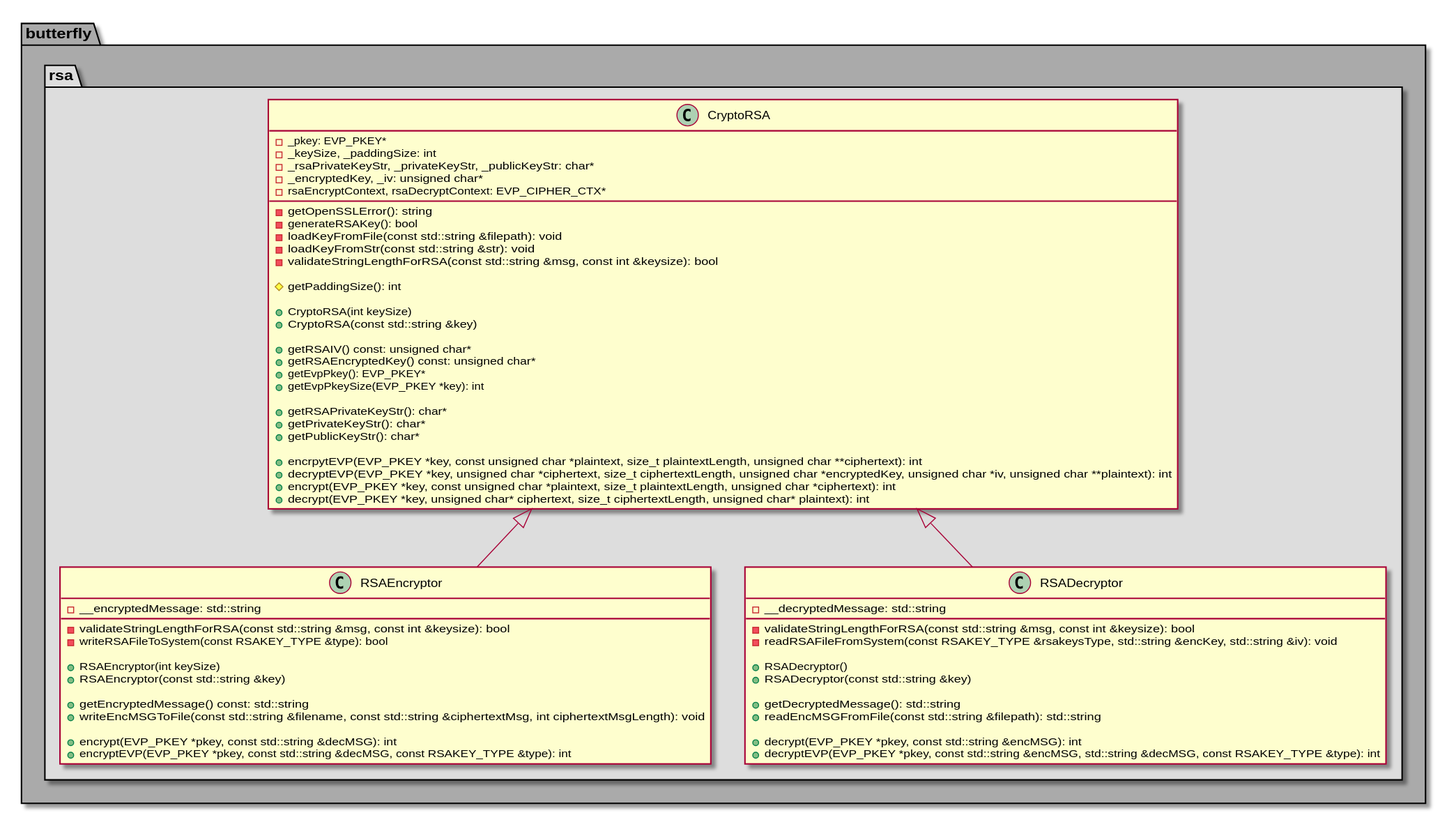
bierschi/butterfly keeps this PlantUML diagram as architecture/class_diagrams/crypto/rsa.svg. Above is the earlier version.
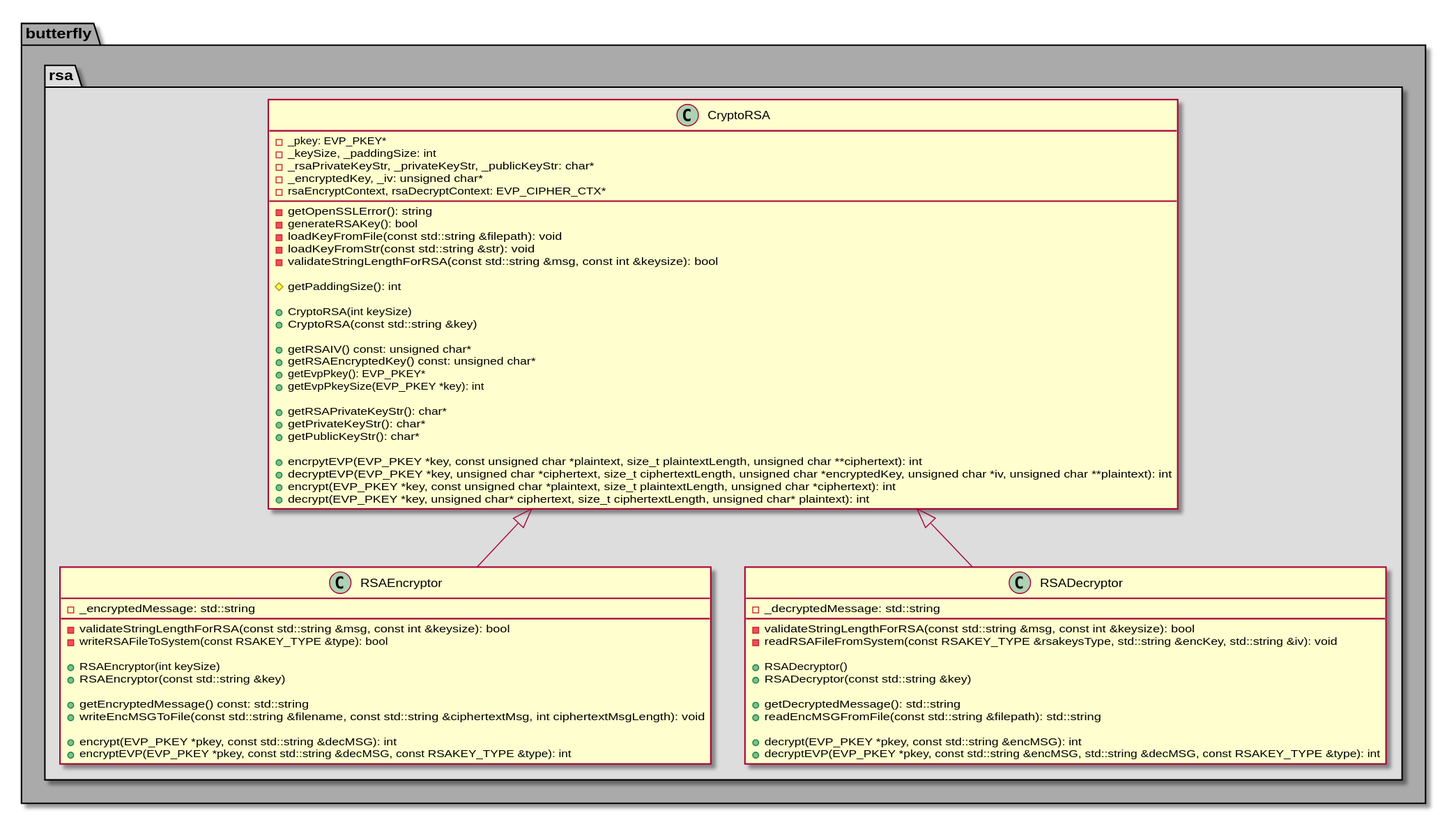
The same diagram one commit later.

The edit, as a diff of the source:
```diff
@@ -7,69 +7,69 @@
 
 class CryptoRSA
 {
-    -_pkey: EVP_PKEY*
-    -_keySize, _paddingSize: int
-    -_rsaPrivateKeyStr, _privateKeyStr, _publicKeyStr: char*
-    -_encryptedKey, _iv: unsigned char*
+    - _pkey: EVP_PKEY*
+    - _keySize, _paddingSize: int
+    - _rsaPrivateKeyStr, _privateKeyStr, _publicKeyStr: char*
+    - _encryptedKey, _iv: unsigned char*
     - rsaEncryptContext, rsaDecryptContext: EVP_CIPHER_CTX*
 
-    -getOpenSSLError(): string
-    -generateRSAKey(): bool
-    -loadKeyFromFile(const std::string &filepath): void
-    -loadKeyFromStr(const std::string &str): void
-    -validateStringLengthForRSA(const std::string &msg, const int &keysize): bool
+    - getOpenSSLError(): string
+    - generateRSAKey(): bool
+    - loadKeyFromFile(const std::string &filepath): void
+    - loadKeyFromStr(const std::string &str): void
+    - validateStringLengthForRSA(const std::string &msg, const int &keysize): bool
 
-    #getPaddingSize(): int
+    # getPaddingSize(): int
 
-    +CryptoRSA(int keySize)
-    +CryptoRSA(const std::string &key)
+    + CryptoRSA(int keySize)
+    + CryptoRSA(const std::string &key)
 
-    +getRSAIV() const: unsigned char*
-    +getRSAEncryptedKey() const: unsigned char*
-    +getEvpPkey(): EVP_PKEY*
-    +getEvpPkeySize(EVP_PKEY *key): int
+    + getRSAIV() const: unsigned char*
+    + getRSAEncryptedKey() const: unsigned char*
+    + getEvpPkey(): EVP_PKEY*
+    + getEvpPkeySize(EVP_PKEY *key): int
 
-    +getRSAPrivateKeyStr(): char*
-    +getPrivateKeyStr(): char*
-    +getPublicKeyStr(): char*
+    + getRSAPrivateKeyStr(): char*
+    + getPrivateKeyStr(): char*
+    + getPublicKeyStr(): char*
 
-    +encrpytEVP(EVP_PKEY *key, const unsigned char *plaintext, size_t plaintextLength, unsigned char **ciphertext): int
-    +decryptEVP(EVP_PKEY *key, unsigned char *ciphertext, size_t ciphertextLength, unsigned char *encryptedKey, unsigned char *iv, unsigned char **plaintext): int
-    +encrypt(EVP_PKEY *key, const unsigned char *plaintext, size_t plaintextLength, unsigned char *ciphertext): int
-    +decrypt(EVP_PKEY *key, unsigned char* ciphertext, size_t ciphertextLength, unsigned char* plaintext): int
+    + encrpytEVP(EVP_PKEY *key, const unsigned char *plaintext, size_t plaintextLength, unsigned char **ciphertext): int
+    + decryptEVP(EVP_PKEY *key, unsigned char *ciphertext, size_t ciphertextLength, unsigned char *encryptedKey, unsigned char *iv, unsigned char **plaintext): int
+    + encrypt(EVP_PKEY *key, const unsigned char *plaintext, size_t plaintextLength, unsigned char *ciphertext): int
+    + decrypt(EVP_PKEY *key, unsigned char* ciphertext, size_t ciphertextLength, unsigned char* plaintext): int
 }
 
 class RSAEncryptor
 {
-    -__encryptedMessage: std::string
+    - _encryptedMessage: std::string
 
-    -validateStringLengthForRSA(const std::string &msg, const int &keysize): bool
-    -writeRSAFileToSystem(const RSAKEY_TYPE &type): bool
+    - validateStringLengthForRSA(const std::string &msg, const int &keysize): bool
+    - writeRSAFileToSystem(const RSAKEY_TYPE &type): bool
 
-    +RSAEncryptor(int keySize)
-    +RSAEncryptor(const std::string &key)
+    + RSAEncryptor(int keySize)
+    + RSAEncryptor(const std::string &key)
 
-    +getEncryptedMessage() const: std::string
-    +writeEncMSGToFile(const std::string &filename, const std::string &ciphertextMsg, int ciphertextMsgLength): void
+    + getEncryptedMessage() const: std::string
+    + writeEncMSGToFile(const std::string &filename, const std::string &ciphertextMsg, int ciphertextMsgLength): void
 
-    +encrypt(EVP_PKEY *pkey, const std::string &decMSG): int
-    +encryptEVP(EVP_PKEY *pkey, const std::string &decMSG, const RSAKEY_TYPE &type): int
+    + encrypt(EVP_PKEY *pkey, const std::string &decMSG): int
+    + encryptEVP(EVP_PKEY *pkey, const std::string &decMSG, const RSAKEY_TYPE &type): int
 }
 
 class RSADecryptor
 {
-    -__decryptedMessage: std::string
-    -validateStringLengthForRSA(const std::string &msg, const int &keysize): bool
-    -readRSAFileFromSystem(const RSAKEY_TYPE &rsakeysType, std::string &encKey, std::string &iv): void
+    - _decryptedMessage: std::string
+    - validateStringLengthForRSA(const std::string &msg, const int &keysize): bool
+    - readRSAFileFromSystem(const RSAKEY_TYPE &rsakeysType, std::string &encKey, std::string &iv): void
 
-    +RSADecryptor()
-    +RSADecryptor(const std::string &key)
+    + RSADecryptor()
+    + RSADecryptor(const std::string &key)
 
-    +getDecryptedMessage(): std::string
-    +readEncMSGFromFile(const std::string &filepath): std::string
+    + getDecryptedMessage(): std::string
+    + readEncMSGFromFile(const std::string &filepath): std::string
 
-    +decrypt(EVP_PKEY *pkey, const std::string &encMSG): int
-    +decryptEVP(EVP_PKEY *pkey, const std::string &encMSG, std::string &decMSG, const RSAKEY_TYPE &type): int
+    + decrypt(EVP_PKEY *pkey, const std::string &encMSG): int
+    + decryptEVP(EVP_PKEY *pkey, const std::string &encMSG, std::string &decMSG, const RSAKEY_TYPE &type): int
 }
 
 CryptoRSA <|-- RSAEncryptor
```
